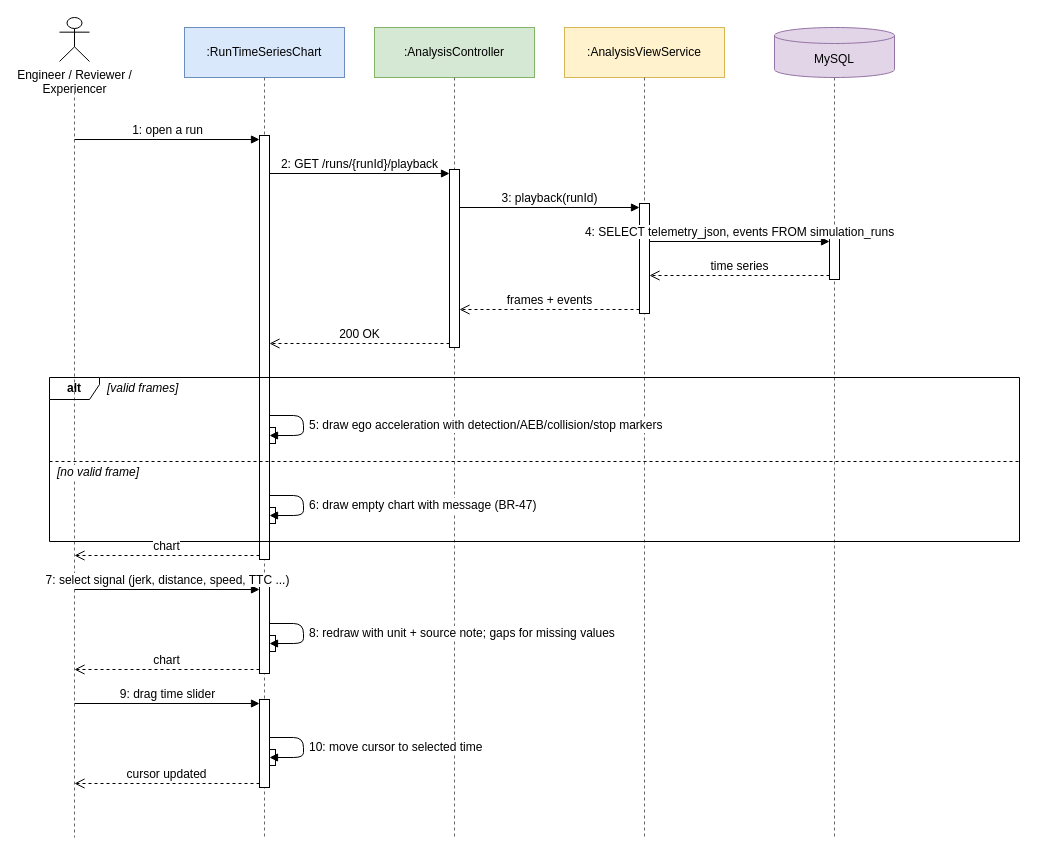
Before: docs/report/diagrams/fe09-11/fe10-vehicle-dynamics-charts.drawio in Menakanchi/SEP490-FA26-G15, a draw.io diagram. Source tidied: cells renumbered, new cells numbered last; positions are measured from the earlier drawing's top-left corner, leaving out a move shared by most shapes. Both pictures are drawn from the tidied source at 100%, with x=0, y=0 at pixel (49, 17).
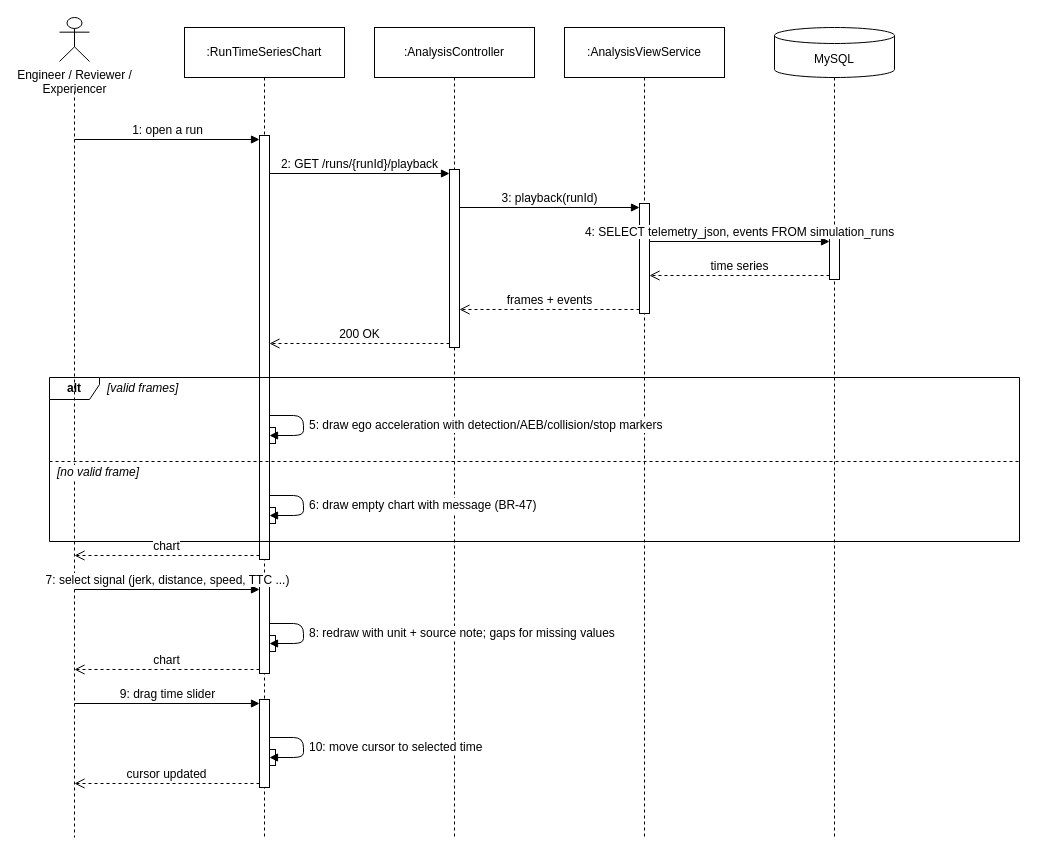
The same diagram, later.

Change to the diagram source:
```diff
@@
-    <mxCell id="3" style="endArrow=none;dashed=1;html=1;strokeColor=#666666;" parent="1" edge="1">
+    <mxCell id="3" style="endArrow=none;dashed=1;html=1;strokeColor=#000000;" parent="1" edge="1">
       <mxGeometry relative="1" as="geometry">
         <mxPoint x="25" y="74" as="sourcePoint" />
         <mxPoint x="25" y="820" as="targetPoint" />
       </mxGeometry>
     </mxCell>
-    <mxCell id="4" value=":RunTimeSeriesChart" style="fontFamily=Helvetica;fontSize=12;rounded=0;whiteSpace=wrap;html=1;fillColor=#dae8fc;strokeColor=#6c8ebf;fontStyle=0;" parent="1" vertex="1">
+    <mxCell id="4" value=":RunTimeSeriesChart" style="fontFamily=Helvetica;fontSize=12;rounded=0;whiteSpace=wrap;html=1;fillColor=#ffffff;strokeColor=#000000;fontStyle=0;" parent="1" vertex="1">
       <mxGeometry x="135" y="10" width="160" height="50" as="geometry" />
     </mxCell>
-    <mxCell id="5" style="endArrow=none;dashed=1;html=1;strokeColor=#666666;" parent="1" edge="1">
+    <mxCell id="5" style="endArrow=none;dashed=1;html=1;strokeColor=#000000;" parent="1" edge="1">
       <mxGeometry relative="1" as="geometry">
         <mxPoint x="215" y="60" as="sourcePoint" />
         <mxPoint x="215" y="820" as="targetPoint" />
       </mxGeometry>
     </mxCell>
-    <mxCell id="6" value=":AnalysisController" style="fontFamily=Helvetica;fontSize=12;rounded=0;whiteSpace=wrap;html=1;fillColor=#d5e8d4;strokeColor=#82b366;fontStyle=0;" parent="1" vertex="1">
+    <mxCell id="6" value=":AnalysisController" style="fontFamily=Helvetica;fontSize=12;rounded=0;whiteSpace=wrap;html=1;fillColor=#ffffff;strokeColor=#000000;fontStyle=0;" parent="1" vertex="1">
       <mxGeometry x="325" y="10" width="160" height="50" as="geometry" />
     </mxCell>
-    <mxCell id="7" style="endArrow=none;dashed=1;html=1;strokeColor=#666666;" parent="1" edge="1">
+    <mxCell id="7" style="endArrow=none;dashed=1;html=1;strokeColor=#000000;" parent="1" edge="1">
       <mxGeometry relative="1" as="geometry">
         <mxPoint x="405" y="60" as="sourcePoint" />
         <mxPoint x="405" y="820" as="targetPoint" />
       </mxGeometry>
     </mxCell>
-    <mxCell id="8" value=":AnalysisViewService" style="fontFamily=Helvetica;fontSize=12;rounded=0;whiteSpace=wrap;html=1;fillColor=#fff2cc;strokeColor=#d6b656;fontStyle=0;" parent="1" vertex="1">
+    <mxCell id="8" value=":AnalysisViewService" style="fontFamily=Helvetica;fontSize=12;rounded=0;whiteSpace=wrap;html=1;fillColor=#ffffff;strokeColor=#000000;fontStyle=0;" parent="1" vertex="1">
       <mxGeometry x="515" y="10" width="160" height="50" as="geometry" />
     </mxCell>
-    <mxCell id="9" style="endArrow=none;dashed=1;html=1;strokeColor=#666666;" parent="1" edge="1">
+    <mxCell id="9" style="endArrow=none;dashed=1;html=1;strokeColor=#000000;" parent="1" edge="1">
       <mxGeometry relative="1" as="geometry">
         <mxPoint x="595" y="60" as="sourcePoint" />
         <mxPoint x="595" y="820" as="targetPoint" />
       </mxGeometry>
     </mxCell>
-    <mxCell id="10" value="MySQL" style="fontFamily=Helvetica;fontSize=12;shape=cylinder3;whiteSpace=wrap;html=1;boundedLbl=1;backgroundOutline=1;size=8;fillColor=#e1d5e7;strokeColor=#9673a6;" parent="1" vertex="1">
+    <mxCell id="10" value="MySQL" style="fontFamily=Helvetica;fontSize=12;shape=cylinder3;whiteSpace=wrap;html=1;boundedLbl=1;backgroundOutline=1;size=8;fillColor=#ffffff;strokeColor=#000000;" parent="1" vertex="1">
       <mxGeometry x="725" y="10" width="120" height="50" as="geometry" />
     </mxCell>
-    <mxCell id="11" style="endArrow=none;dashed=1;html=1;strokeColor=#666666;" parent="1" edge="1">
+    <mxCell id="11" style="endArrow=none;dashed=1;html=1;strokeColor=#000000;" parent="1" edge="1">
       <mxGeometry relative="1" as="geometry">
         <mxPoint x="785" y="60" as="sourcePoint" />
         <mxPoint x="785" y="820" as="targetPoint" />
       </mxGeometry>
     </mxCell>
```
